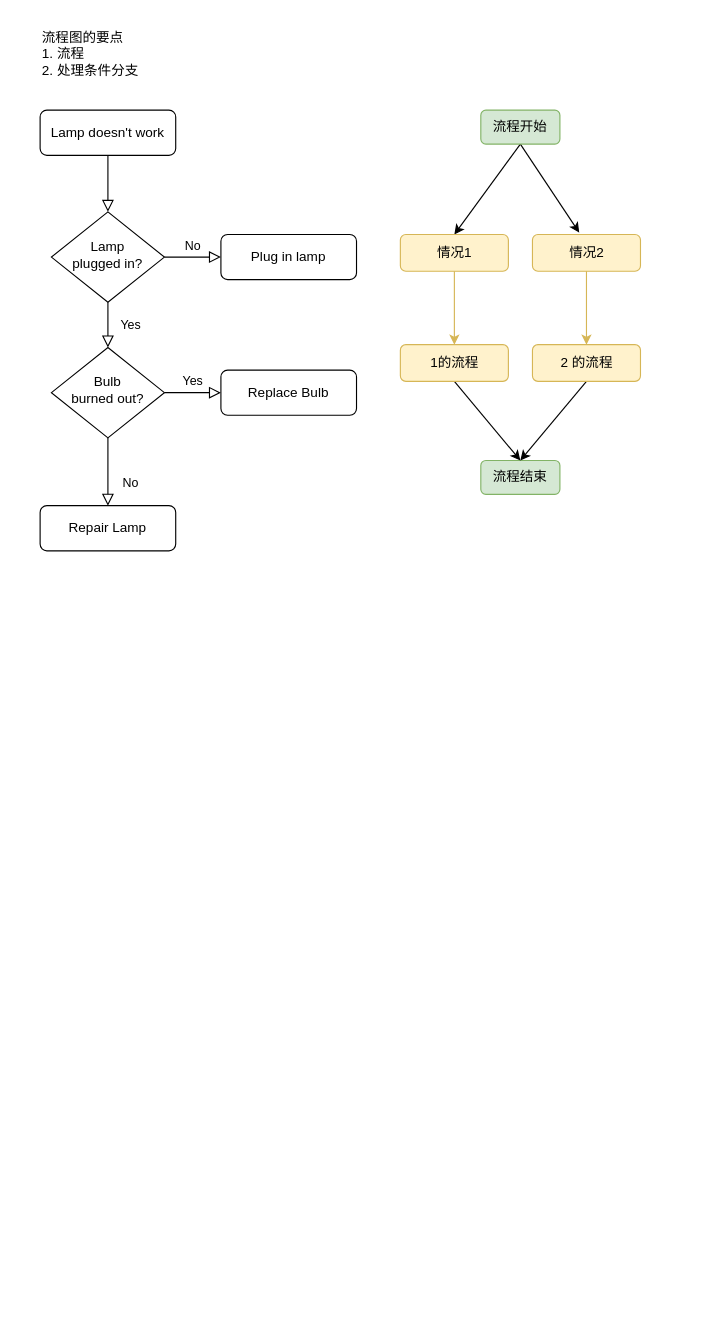
hexianga/graph keeps this draw.io diagram as flowchart/Untitled Diagram.drawio. Above is the earlier version. Source tidied: cells renumbered, new cells numbered last; positions are measured from the earlier drawing's top-left corner, leaving out a move shared by most shapes. Both pictures are drawn from the tidied source at 113%, with x=0, y=0 at pixel (40, 19).
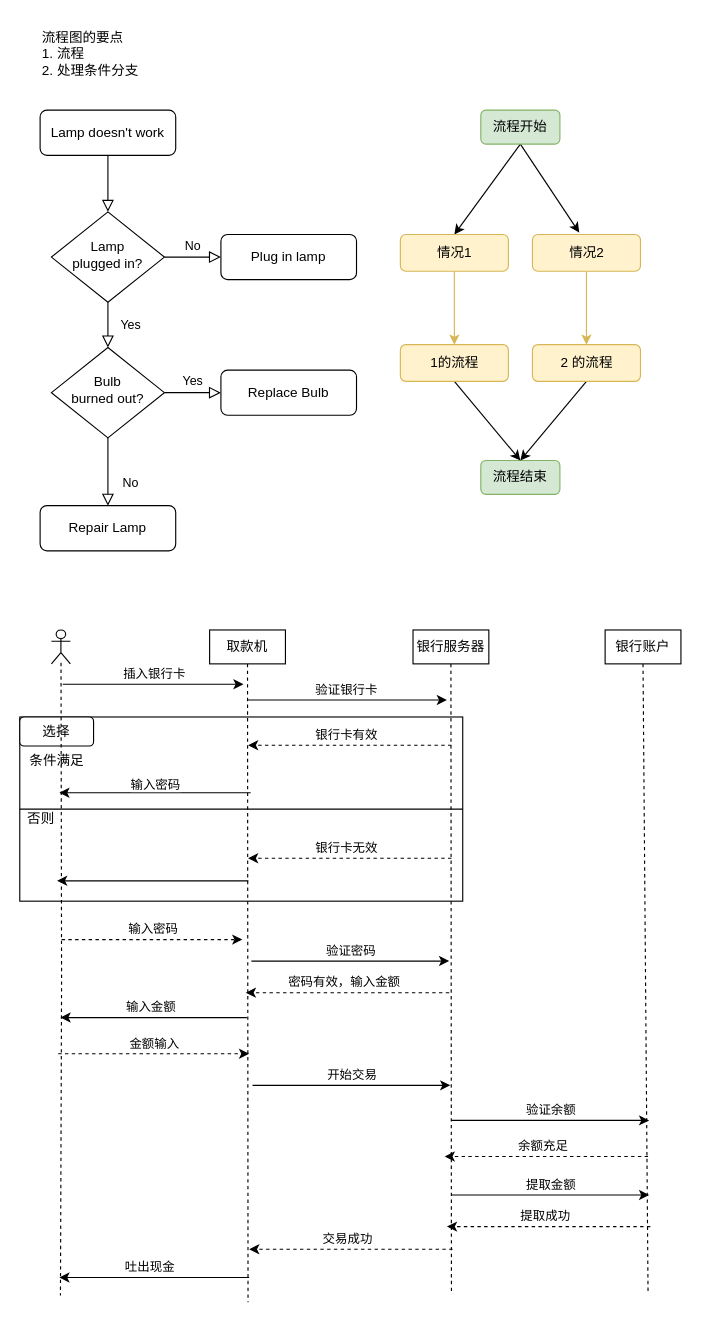
The same diagram, later.

The edit, as a diff of the source:
```diff
@@
+    <mxCell id="27" style="group;rounded=0;" parent="1" vertex="1">
+      <mxGeometry x="-18" y="617" width="392" height="163" as="geometry" />
+    </mxCell>
+    <mxCell id="28" style="rounded=0;whiteSpace=wrap;html=1;" parent="27" vertex="1">
+      <mxGeometry width="392" height="163" as="geometry" />
+    </mxCell>
+    <mxCell id="29" style="endArrow=none;html=1;rounded=0;entryX=1;entryY=0.5;entryDx=0;entryDy=0;exitX=0;exitY=0.5;exitDx=0;exitDy=0;" parent="27" edge="1" source="28" target="28">
+      <mxGeometry relative="1" as="geometry" />
+    </mxCell>
+    <mxCell id="30" value="选择" style="rounded=1;whiteSpace=wrap;html=1;" parent="27" vertex="1">
+      <mxGeometry width="65.3" height="25.7" as="geometry" />
+    </mxCell>
+    <mxCell id="31" value="条件满足" style="text;html=1;strokeColor=none;fillColor=none;align=center;verticalAlign=middle;whiteSpace=wrap;rounded=0;" parent="27" vertex="1">
+      <mxGeometry x="4.7" y="25.7" width="56" height="25.7" as="geometry" />
+    </mxCell>
+    <mxCell id="32" style="endArrow=classic;html=1;rounded=0;" parent="27" edge="1">
+      <mxGeometry relative="1" as="geometry">
+        <mxPoint x="202.3" y="145" as="sourcePoint" />
+        <mxPoint x="33" y="145" as="targetPoint" />
+      </mxGeometry>
+    </mxCell>
+    <mxCell id="33" value="否则" style="text;html=1;strokeColor=none;fillColor=none;align=center;verticalAlign=middle;whiteSpace=wrap;rounded=0;" parent="27" vertex="1">
+      <mxGeometry y="81" width="38" height="18.5" as="geometry" />
+    </mxCell>
@@
+    <mxCell id="34" style="rounded=0;jettySize=auto;html=1;exitX=0.5;exitY=1;exitDx=0;exitDy=0;endArrow=none;endFill=0;dashed=1;strokeColor=#000000;" parent="1" edge="1" source="35">
+      <mxGeometry relative="1" as="geometry">
+        <mxPoint x="184" y="1135" as="targetPoint" />
+      </mxGeometry>
+    </mxCell>
+    <mxCell id="35" value="取款机" style="rounded=0;whiteSpace=wrap;html=1;" parent="1" vertex="1">
+      <mxGeometry x="150" y="540" width="67.1" height="30" as="geometry" />
+    </mxCell>
+    <mxCell id="36" style="shape=umlActor;verticalLabelPosition=bottom;verticalAlign=top;html=1;" parent="1" vertex="1">
+      <mxGeometry x="10" y="540" width="16.8" height="30" as="geometry" />
+    </mxCell>
+    <mxCell id="37" value="银行服务器" style="rounded=0;whiteSpace=wrap;html=1;" parent="1" vertex="1">
+      <mxGeometry x="330" y="540" width="67.1" height="30" as="geometry" />
+    </mxCell>
+    <mxCell id="38" value="银行账户" style="rounded=0;whiteSpace=wrap;html=1;" parent="1" vertex="1">
+      <mxGeometry x="500" y="540" width="67.1" height="30" as="geometry" />
+    </mxCell>
+    <mxCell id="39" style="rounded=0;jettySize=auto;html=1;exitX=0.5;exitY=1;exitDx=0;exitDy=0;endArrow=none;endFill=0;dashed=1;strokeColor=#000000;" parent="1" edge="1" source="37">
+      <mxGeometry relative="1" as="geometry">
+        <mxPoint x="364" y="1127" as="targetPoint" />
+      </mxGeometry>
+    </mxCell>
+    <mxCell id="40" style="rounded=0;jettySize=auto;html=1;endArrow=none;endFill=0;dashed=1;strokeColor=#000000;exitX=0.5;exitY=1;exitDx=0;exitDy=0;" parent="1" edge="1" source="38">
+      <mxGeometry relative="1" as="geometry">
+        <mxPoint x="538" y="1127" as="targetPoint" />
+      </mxGeometry>
+    </mxCell>
+    <mxCell id="41" style="endArrow=classic;html=1;rounded=0;" parent="1" edge="1">
+      <mxGeometry relative="1" as="geometry">
+        <mxPoint x="20" y="588" as="sourcePoint" />
+        <mxPoint x="180" y="588" as="targetPoint" />
+      </mxGeometry>
+    </mxCell>
+    <mxCell id="42" value="插入银行卡" style="edgeLabel;html=1;align=center;verticalAlign=middle;" parent="41" vertex="1">
+      <mxGeometry x="-0.12" y="1" relative="1" as="geometry">
+        <mxPoint x="10" y="-9" as="offset" />
+      </mxGeometry>
+    </mxCell>
+    <mxCell id="43" style="endArrow=classic;html=1;rounded=0;" parent="1" edge="1">
+      <mxGeometry relative="1" as="geometry">
+        <mxPoint x="183.5" y="602" as="sourcePoint" />
+        <mxPoint x="360" y="602" as="targetPoint" />
+      </mxGeometry>
+    </mxCell>
+    <mxCell id="44" value="验证银行卡" style="edgeLabel;html=1;align=center;verticalAlign=middle;" parent="43" vertex="1">
+      <mxGeometry x="-0.12" y="1" relative="1" as="geometry">
+        <mxPoint x="9" y="-9" as="offset" />
+      </mxGeometry>
+    </mxCell>
+    <mxCell id="45" style="endArrow=classic;html=1;rounded=0;dashed=1;" parent="1" edge="1">
+      <mxGeometry relative="1" as="geometry">
+        <mxPoint x="364" y="642" as="sourcePoint" />
+        <mxPoint x="184" y="642" as="targetPoint" />
+      </mxGeometry>
+    </mxCell>
+    <mxCell id="46" value="银行卡有效" style="edgeLabel;html=1;align=center;verticalAlign=middle;" parent="45" vertex="1">
+      <mxGeometry x="0.09" y="-2" relative="1" as="geometry">
+        <mxPoint x="4" y="-8" as="offset" />
+      </mxGeometry>
+    </mxCell>
+    <mxCell id="47" style="endArrow=classic;html=1;rounded=0;dashed=1;" parent="1" edge="1">
+      <mxGeometry relative="1" as="geometry">
+        <mxPoint x="364" y="742" as="sourcePoint" />
+        <mxPoint x="184" y="742" as="targetPoint" />
+      </mxGeometry>
+    </mxCell>
+    <mxCell id="48" value="银行卡无效" style="edgeLabel;html=1;align=center;verticalAlign=middle;" parent="47" vertex="1">
+      <mxGeometry x="0.09" y="-2" relative="1" as="geometry">
+        <mxPoint x="4" y="-8" as="offset" />
+      </mxGeometry>
+    </mxCell>
+    <mxCell id="49" style="endArrow=classic;html=1;rounded=0;" parent="1" edge="1">
+      <mxGeometry relative="1" as="geometry">
+        <mxPoint x="186.3" y="684" as="sourcePoint" />
+        <mxPoint x="17" y="684" as="targetPoint" />
+      </mxGeometry>
+    </mxCell>
+    <mxCell id="50" value="输入密码" style="edgeLabel;html=1;align=center;verticalAlign=middle;" parent="49" vertex="1">
+      <mxGeometry x="-0.12" y="1" relative="1" as="geometry">
+        <mxPoint x="-11" y="-9" as="offset" />
+      </mxGeometry>
+    </mxCell>
+    <mxCell id="51" style="endArrow=classic;html=1;rounded=0;dashed=1;" parent="1" edge="1">
+      <mxGeometry relative="1" as="geometry">
+        <mxPoint x="19" y="814" as="sourcePoint" />
+        <mxPoint x="179" y="814" as="targetPoint" />
+      </mxGeometry>
+    </mxCell>
+    <mxCell id="52" value="输入密码" style="edgeLabel;html=1;align=center;verticalAlign=middle;" parent="51" vertex="1">
+      <mxGeometry x="-0.12" y="1" relative="1" as="geometry">
+        <mxPoint x="10" y="-9" as="offset" />
+      </mxGeometry>
+    </mxCell>
+    <mxCell id="53" style="endArrow=classic;html=1;rounded=0;" parent="1" edge="1">
+      <mxGeometry relative="1" as="geometry">
+        <mxPoint x="187" y="833" as="sourcePoint" />
+        <mxPoint x="362" y="833" as="targetPoint" />
+      </mxGeometry>
+    </mxCell>
+    <mxCell id="54" value="验证密码" style="edgeLabel;html=1;align=center;verticalAlign=middle;" parent="53" vertex="1">
+      <mxGeometry x="-0.12" y="1" relative="1" as="geometry">
+        <mxPoint x="10" y="-9" as="offset" />
+      </mxGeometry>
+    </mxCell>
+    <mxCell id="55" style="edgeStyle=orthogonalEdgeStyle;rounded=0;orthogonalLoop=1;jettySize=auto;html=1;exitX=0.5;exitY=1;exitDx=0;exitDy=0;endArrow=none;endFill=0;dashed=1;strokeColor=#000000;" parent="1" edge="1">
+      <mxGeometry relative="1" as="geometry">
+        <mxPoint x="18.5" y="569" as="sourcePoint" />
+        <mxPoint x="18" y="1129" as="targetPoint" />
+      </mxGeometry>
+    </mxCell>
+    <mxCell id="56" style="endArrow=classic;html=1;rounded=0;dashed=1;" parent="1" edge="1">
+      <mxGeometry relative="1" as="geometry">
+        <mxPoint x="362" y="861" as="sourcePoint" />
+        <mxPoint x="182" y="861" as="targetPoint" />
+      </mxGeometry>
+    </mxCell>
+    <mxCell id="57" value="密码有效，输入金额" style="edgeLabel;html=1;align=center;verticalAlign=middle;" parent="56" vertex="1">
+      <mxGeometry x="0.09" y="-2" relative="1" as="geometry">
+        <mxPoint x="4" y="-8" as="offset" />
+      </mxGeometry>
+    </mxCell>
+    <mxCell id="58" style="endArrow=classic;html=1;rounded=0;" parent="1" edge="1">
+      <mxGeometry relative="1" as="geometry">
+        <mxPoint x="183" y="883" as="sourcePoint" />
+        <mxPoint x="18" y="883" as="targetPoint" />
+      </mxGeometry>
+    </mxCell>
+    <mxCell id="59" value="输入金额" style="edgeLabel;html=1;align=center;verticalAlign=middle;" parent="58" vertex="1">
+      <mxGeometry x="0.09" y="-2" relative="1" as="geometry">
+        <mxPoint x="4" y="-8" as="offset" />
+      </mxGeometry>
+    </mxCell>
+    <mxCell id="60" style="endArrow=classic;html=1;rounded=0;dashed=1;" parent="1" edge="1">
+      <mxGeometry relative="1" as="geometry">
+        <mxPoint x="16" y="915" as="sourcePoint" />
+        <mxPoint x="185" y="915" as="targetPoint" />
+      </mxGeometry>
+    </mxCell>
+    <mxCell id="61" value="金额输入" style="edgeLabel;html=1;align=center;verticalAlign=middle;" parent="60" vertex="1">
+      <mxGeometry x="-0.12" y="1" relative="1" as="geometry">
+        <mxPoint x="10" y="-9" as="offset" />
+      </mxGeometry>
+    </mxCell>
+    <mxCell id="62" style="endArrow=classic;html=1;rounded=0;" parent="1" edge="1">
+      <mxGeometry relative="1" as="geometry">
+        <mxPoint x="188" y="943" as="sourcePoint" />
+        <mxPoint x="363" y="943" as="targetPoint" />
+      </mxGeometry>
+    </mxCell>
+    <mxCell id="63" value="开始交易" style="edgeLabel;html=1;align=center;verticalAlign=middle;" parent="62" vertex="1">
+      <mxGeometry x="-0.12" y="1" relative="1" as="geometry">
+        <mxPoint x="10" y="-9" as="offset" />
+      </mxGeometry>
+    </mxCell>
+    <mxCell id="64" style="endArrow=classic;html=1;rounded=0;" parent="1" edge="1">
+      <mxGeometry relative="1" as="geometry">
+        <mxPoint x="364" y="974" as="sourcePoint" />
+        <mxPoint x="539" y="974" as="targetPoint" />
+      </mxGeometry>
+    </mxCell>
+    <mxCell id="65" value="验证余额" style="edgeLabel;html=1;align=center;verticalAlign=middle;" parent="64" vertex="1">
+      <mxGeometry x="-0.12" y="1" relative="1" as="geometry">
+        <mxPoint x="10" y="-9" as="offset" />
+      </mxGeometry>
+    </mxCell>
+    <mxCell id="66" style="endArrow=classic;html=1;rounded=0;dashed=1;" parent="1" edge="1">
+      <mxGeometry relative="1" as="geometry">
+        <mxPoint x="538" y="1006" as="sourcePoint" />
+        <mxPoint x="358" y="1006" as="targetPoint" />
+      </mxGeometry>
+    </mxCell>
+    <mxCell id="67" value="余额充足" style="edgeLabel;html=1;align=center;verticalAlign=middle;" parent="66" vertex="1">
+      <mxGeometry x="0.09" y="-2" relative="1" as="geometry">
+        <mxPoint x="4" y="-8" as="offset" />
+      </mxGeometry>
+    </mxCell>
+    <mxCell id="68" style="endArrow=classic;html=1;rounded=0;" parent="1" edge="1">
+      <mxGeometry relative="1" as="geometry">
+        <mxPoint x="364" y="1040" as="sourcePoint" />
+        <mxPoint x="539" y="1040" as="targetPoint" />
+      </mxGeometry>
+    </mxCell>
+    <mxCell id="69" value="提取金额" style="edgeLabel;html=1;align=center;verticalAlign=middle;" parent="68" vertex="1">
+      <mxGeometry x="-0.12" y="1" relative="1" as="geometry">
+        <mxPoint x="10" y="-9" as="offset" />
+      </mxGeometry>
+    </mxCell>
+    <mxCell id="70" style="endArrow=classic;html=1;rounded=0;dashed=1;" parent="1" edge="1">
+      <mxGeometry relative="1" as="geometry">
+        <mxPoint x="540" y="1068" as="sourcePoint" />
+        <mxPoint x="360" y="1068" as="targetPoint" />
+      </mxGeometry>
+    </mxCell>
+    <mxCell id="71" value="提取成功" style="edgeLabel;html=1;align=center;verticalAlign=middle;" parent="70" vertex="1">
+      <mxGeometry x="0.09" y="-2" relative="1" as="geometry">
+        <mxPoint x="4" y="-8" as="offset" />
+      </mxGeometry>
+    </mxCell>
+    <mxCell id="72" style="endArrow=classic;html=1;rounded=0;dashed=1;" parent="1" edge="1">
+      <mxGeometry relative="1" as="geometry">
+        <mxPoint x="365" y="1088" as="sourcePoint" />
+        <mxPoint x="185" y="1088" as="targetPoint" />
+      </mxGeometry>
+    </mxCell>
+    <mxCell id="73" value="交易成功" style="edgeLabel;html=1;align=center;verticalAlign=middle;" parent="72" vertex="1">
+      <mxGeometry x="0.09" y="-2" relative="1" as="geometry">
+        <mxPoint x="4" y="-8" as="offset" />
+      </mxGeometry>
+    </mxCell>
+    <mxCell id="74" style="endArrow=classic;html=1;rounded=0;" parent="1" edge="1">
+      <mxGeometry relative="1" as="geometry">
+        <mxPoint x="185" y="1113" as="sourcePoint" />
+        <mxPoint x="17" y="1113" as="targetPoint" />
+      </mxGeometry>
+    </mxCell>
+    <mxCell id="75" value="吐出现金" style="edgeLabel;html=1;align=center;verticalAlign=middle;" parent="74" vertex="1">
+      <mxGeometry x="0.09" y="-2" relative="1" as="geometry">
+        <mxPoint x="4" y="-8" as="offset" />
+      </mxGeometry>
+    </mxCell>
```
